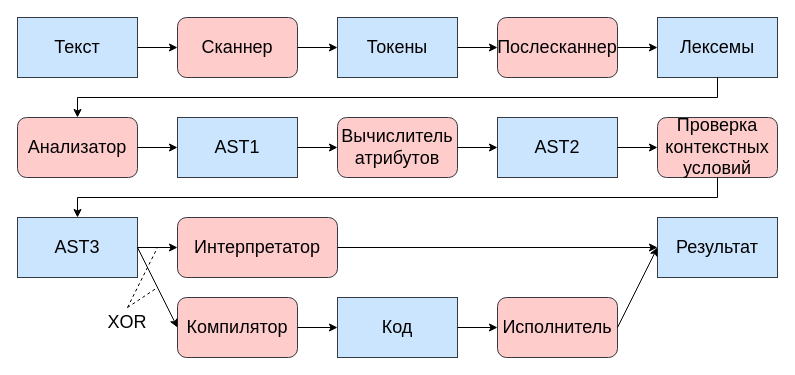
aVorotnikov/dsl_generator keeps this draw.io diagram as _docs/raw_diagrams/arch.drawio. Above is the earlier version. Source tidied: cells renumbered, new cells numbered last; positions are measured from the earlier drawing's top-left corner, leaving out a move shared by most shapes. Both pictures are drawn from the tidied source at 100%, with x=0, y=0 at pixel (17, 17).
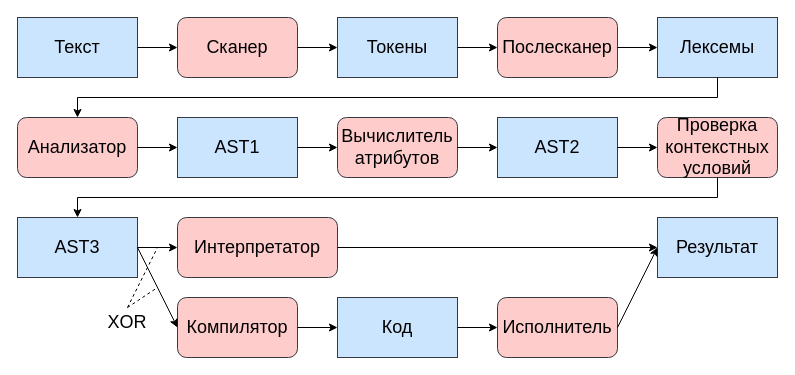
The same diagram, later.

The edit, as a diff of the source:
```diff
@@
-    <mxCell id="3" value="Сканнер" style="rounded=1;whiteSpace=wrap;html=1;fillColor=#ffcccc;strokeColor=#36393d;fontColor=#000000;fontSize=18;fontStyle=0;" parent="1" vertex="1">
+    <mxCell id="3" value="Сканер" style="rounded=1;whiteSpace=wrap;html=1;fillColor=#ffcccc;strokeColor=#36393d;fontColor=#000000;fontSize=18;fontStyle=0;" parent="1" vertex="1">
       <mxGeometry x="160" width="120" height="60" as="geometry" />
     </mxCell>
@@
-    <mxCell id="7" value="Послесканнер" style="rounded=1;whiteSpace=wrap;html=1;fillColor=#ffcccc;strokeColor=#36393d;fontColor=#000000;fontSize=18;fontStyle=0;" parent="1" vertex="1">
+    <mxCell id="7" value="Послесканер" style="rounded=1;whiteSpace=wrap;html=1;fillColor=#ffcccc;strokeColor=#36393d;fontColor=#000000;fontSize=18;fontStyle=0;" parent="1" vertex="1">
       <mxGeometry x="480" width="120" height="60" as="geometry" />
     </mxCell>
```
